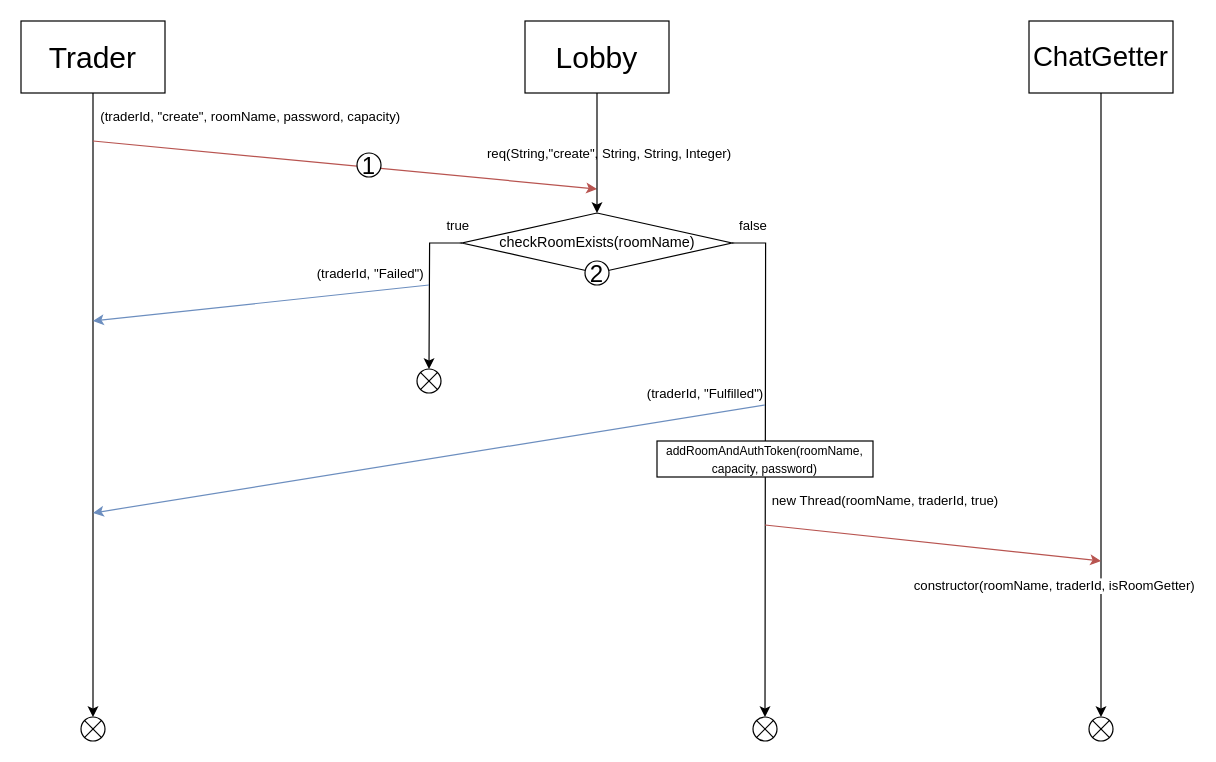
Above: ChatProtocol.drawio in FrederikvSvane/PrototypeStockMarketSim (draw.io), before the change. Source tidied: cells renumbered, new cells numbered last; positions are measured from the earlier drawing's top-left corner, leaving out a move shared by most shapes. Both pictures are drawn from the tidied source at 120%, with x=0, y=0 at pixel (20, 20).
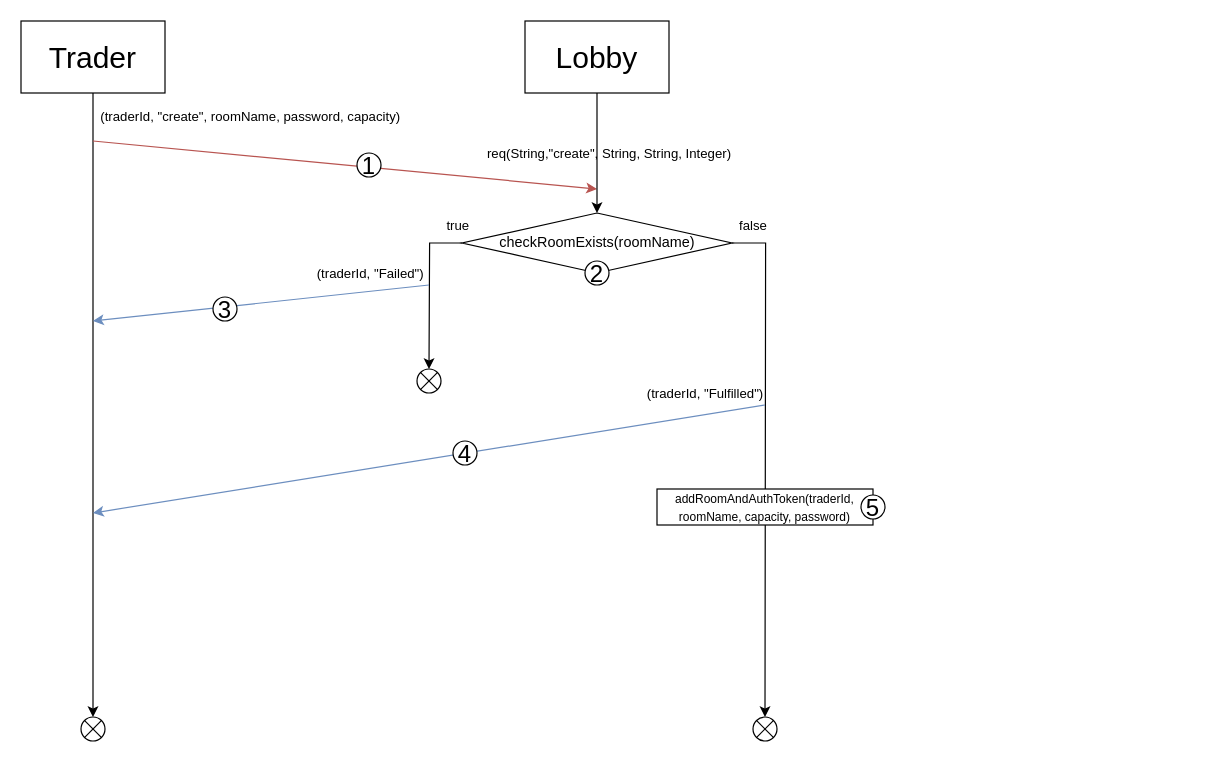
After the change.

Commit message (it also covers changes not shown here):
add diagram to git

The edit, as a diff of the source:
```diff
@@
-    <mxCell id="21" style="edgeStyle=orthogonalEdgeStyle;rounded=0;jettySize=auto;html=1;" parent="1" edge="1" source="23">
-      <mxGeometry relative="1" as="geometry">
-        <mxPoint x="900" y="580" as="targetPoint" />
-      </mxGeometry>
-    </mxCell>
-    <mxCell id="22" value="constructor(roomName, traderId, isRoomGetter)" style="edgeLabel;html=1;align=center;verticalAlign=middle;" parent="21" vertex="1">
-      <mxGeometry x="0.35" y="-2" relative="1" as="geometry">
-        <mxPoint x="-38" y="60" as="offset" />
-      </mxGeometry>
-    </mxCell>
-    <mxCell id="23" value="&lt;font style=&quot;font-size: 23px;&quot;&gt;ChatGetter&lt;/font&gt;" style="rounded=0;whiteSpace=wrap;html=1;" parent="1" vertex="1">
-      <mxGeometry x="840" width="120" height="60" as="geometry" />
-    </mxCell>
-    <mxCell id="24" value="&lt;font style=&quot;font-size: 10px;&quot;&gt;addRoomAndAuthToken(roomName, capacity, password)&lt;/font&gt;" style="rounded=0;whiteSpace=wrap;html=1;" parent="1" vertex="1">
-      <mxGeometry x="530" y="350" width="180" height="30" as="geometry" />
+    <mxCell id="24" value="&lt;font style=&quot;font-size: 10px;&quot;&gt;addRoomAndAuthToken(traderId, roomName, capacity, password)&lt;/font&gt;" style="rounded=0;whiteSpace=wrap;html=1;" parent="1" vertex="1">
+      <mxGeometry x="530" y="390" width="180" height="30" as="geometry" />
     </mxCell>
-    <mxCell id="25" style="endArrow=classic;html=1;rounded=0;fillColor=#f8cecc;strokeColor=#b85450;" parent="1" edge="1">
-      <mxGeometry relative="1" as="geometry">
-        <mxPoint x="620" y="420" as="sourcePoint" />
-        <mxPoint x="900" y="450" as="targetPoint" />
-      </mxGeometry>
-    </mxCell>
-    <mxCell id="26" value="new Thread(roomName, traderId, true)" style="edgeLabel;html=1;align=center;verticalAlign=middle;" parent="25" vertex="1">
-      <mxGeometry x="-0.76" y="1" relative="1" as="geometry">
-        <mxPoint x="66" y="-23" as="offset" />
-      </mxGeometry>
-    </mxCell>
@@
-    <mxCell id="29" style="verticalLabelPosition=bottom;verticalAlign=top;html=1;shape=mxgraph.flowchart.or;" parent="1" vertex="1">
-      <mxGeometry x="890" y="580" width="20" height="20" as="geometry" />
-    </mxCell>
+    <mxCell id="30" value="&lt;font style=&quot;font-size: 20px;&quot;&gt;3&lt;/font&gt;" style="ellipse;whiteSpace=wrap;html=1;" parent="1" vertex="1">
+      <mxGeometry x="160" y="230" width="20" height="20" as="geometry" />
+    </mxCell>
+    <mxCell id="31" value="&lt;span style=&quot;font-size: 20px;&quot;&gt;4&lt;/span&gt;" style="ellipse;whiteSpace=wrap;html=1;" parent="1" vertex="1">
+      <mxGeometry x="360" y="350" width="20" height="20" as="geometry" />
+    </mxCell>
+    <mxCell id="32" value="&lt;span style=&quot;font-size: 20px;&quot;&gt;5&lt;/span&gt;" style="ellipse;whiteSpace=wrap;html=1;" parent="1" vertex="1">
+      <mxGeometry x="700" y="395" width="20" height="20" as="geometry" />
+    </mxCell>
```
